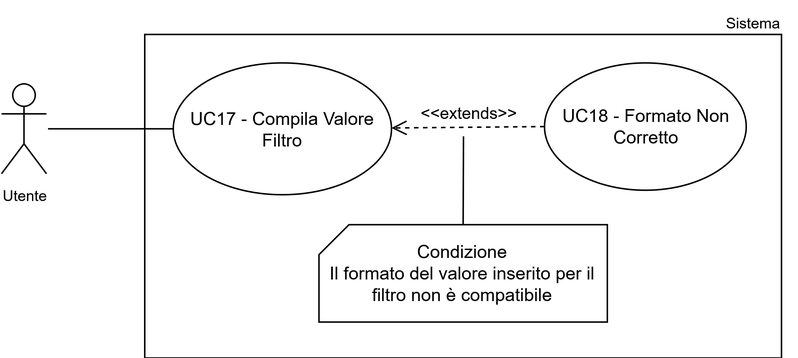
Before: assets/uml/UC17.png, a diagram exported from draw.io (7-ZPUs/Docs). Source tidied: cells renumbered, new cells last; positions are measured from the earlier drawing's top-left corner, leaving out a move shared by most shapes. Its diagram source:
```xml
<mxGraphModel>
  <root>
    <mxCell id="0" />
    <mxCell id="1" parent="0" />
    <mxCell id="2" style="whiteSpace=wrap;html=1;" parent="1" vertex="1">
      <mxGeometry x="95" y="22.5" width="424.5" height="216" as="geometry" />
    </mxCell>
    <mxCell id="3" value="&lt;div&gt;UC17 - Compila Valore Filtro&lt;/div&gt;" style="ellipse;whiteSpace=wrap;html=1;" parent="1" vertex="1">
      <mxGeometry x="114" y="41.5" width="145.5" height="88" as="geometry" />
    </mxCell>
    <mxCell id="4" value="&lt;font style=&quot;font-size: 10px;&quot;&gt;Utente&lt;/font&gt;" style="shape=umlActor;verticalLabelPosition=bottom;verticalAlign=top;html=1;" parent="1" vertex="1">
      <mxGeometry x="-0.5" y="55.5" width="30" height="60" as="geometry" />
    </mxCell>
    <mxCell id="5" value="Sistema" style="text;html=1;whiteSpace=wrap;strokeColor=none;fillColor=none;align=center;verticalAlign=middle;rounded=0;fontSize=10;" parent="1" vertex="1">
      <mxGeometry x="470.5" width="60" height="30" as="geometry" />
    </mxCell>
    <mxCell id="6" style="endArrow=none;html=1;rounded=0;entryX=0;entryY=0.5;entryDx=0;entryDy=0;" parent="1" edge="1" target="3">
      <mxGeometry relative="1" as="geometry">
        <mxPoint x="30.5" y="85.5" as="sourcePoint" />
      </mxGeometry>
    </mxCell>
    <mxCell id="7" value="UC18 - Formato Non Corretto" style="ellipse;whiteSpace=wrap;html=1;" parent="1" vertex="1">
      <mxGeometry x="361.5" y="41.5" width="134.5" height="85" as="geometry" />
    </mxCell>
    <mxCell id="8" value="&amp;lt;&amp;lt;extends&amp;gt;&amp;gt;" style="html=1;verticalAlign=bottom;endArrow=open;dashed=1;endSize=8;curved=0;rounded=0;endFill=0;exitX=0;exitY=0.5;exitDx=0;exitDy=0;" parent="1" edge="1" source="7" target="3">
      <mxGeometry relative="1" as="geometry" />
    </mxCell>
    <mxCell id="9" value="Condizione&lt;div&gt;Il formato del valore inserito per il filtro non è compatibile&lt;/div&gt;" style="shape=card;whiteSpace=wrap;html=1;size=20;" parent="1" vertex="1">
      <mxGeometry x="211.1" y="149.5" width="192.2" height="65" as="geometry" />
    </mxCell>
    <mxCell id="10" style="endArrow=none;startArrow=none;html=1;rounded=0;entryX=0.5;entryY=0;entryDx=0;entryDy=0;entryPerimeter=0;startFill=0;endFill=0;" parent="1" edge="1" target="9">
      <mxGeometry relative="1" as="geometry">
        <mxPoint x="307.5" y="90.5" as="sourcePoint" />
      </mxGeometry>
    </mxCell>
  </root>
</mxGraphModel>
```
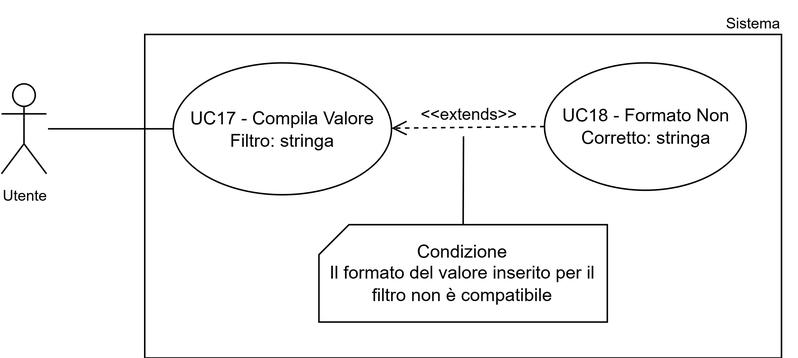
The same diagram one commit later.

What changed in the source:
```diff
@@ -5,7 +5,7 @@
     <mxCell id="2" style="whiteSpace=wrap;html=1;" parent="1" vertex="1">
       <mxGeometry x="95" y="22.5" width="424.5" height="216" as="geometry" />
     </mxCell>
-    <mxCell id="3" value="&lt;div&gt;UC17 - Compila Valore Filtro&lt;/div&gt;" style="ellipse;whiteSpace=wrap;html=1;" parent="1" vertex="1">
+    <mxCell id="3" value="&lt;div&gt;UC17 - Compila Valore Filtro: stringa&lt;/div&gt;" style="ellipse;whiteSpace=wrap;html=1;" parent="1" vertex="1">
       <mxGeometry x="114" y="41.5" width="145.5" height="88" as="geometry" />
     </mxCell>
     <mxCell id="4" value="&lt;font style=&quot;font-size: 10px;&quot;&gt;Utente&lt;/font&gt;" style="shape=umlActor;verticalLabelPosition=bottom;verticalAlign=top;html=1;" parent="1" vertex="1">
@@ -19,7 +19,7 @@
         <mxPoint x="30.5" y="85.5" as="sourcePoint" />
       </mxGeometry>
     </mxCell>
-    <mxCell id="7" value="UC18 - Formato Non Corretto" style="ellipse;whiteSpace=wrap;html=1;" parent="1" vertex="1">
+    <mxCell id="7" value="UC18 - Formato Non Corretto: stringa" style="ellipse;whiteSpace=wrap;html=1;" parent="1" vertex="1">
       <mxGeometry x="361.5" y="41.5" width="134.5" height="85" as="geometry" />
     </mxCell>
     <mxCell id="8" value="&amp;lt;&amp;lt;extends&amp;gt;&amp;gt;" style="html=1;verticalAlign=bottom;endArrow=open;dashed=1;endSize=8;curved=0;rounded=0;endFill=0;exitX=0;exitY=0.5;exitDx=0;exitDy=0;" parent="1" edge="1" source="7" target="3">
```
